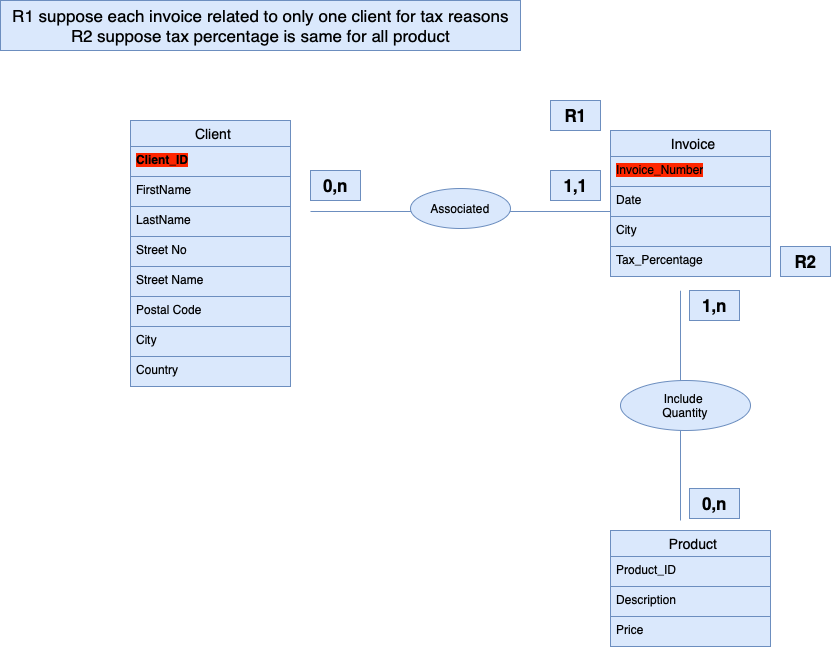
Earlier version of the draw.io export Diagram1.drawio.png (den012/Databases). Source tidied: cells renumbered, new cells last; positions are measured from the earlier drawing's top-left corner, leaving out a move shared by most shapes. The source it was exported from:
```xml
<mxGraphModel>
  <root>
    <mxCell id="0" />
    <mxCell id="1" parent="0" />
    <mxCell id="2" value="Client" style="swimlane;fontStyle=0;horizontal=1;startSize=26;align=center;fontSize=14;strokeColor=#6c8ebf;verticalAlign=middle;spacingLeft=6;fontFamily=Helvetica;fillColor=#dae8fc;" parent="1" vertex="1">
      <mxGeometry x="130" y="120" width="160" height="266" as="geometry" />
    </mxCell>
    <mxCell id="3" value="&lt;b style=&quot;background-color: rgb(255, 38, 0);&quot;&gt;Client_ID&lt;/b&gt;" style="text;strokeColor=#6c8ebf;fillColor=#dae8fc;spacingLeft=4;spacingRight=4;overflow=hidden;fontSize=12;whiteSpace=wrap;html=1;fontFamily=Helvetica;" parent="2" vertex="1">
      <mxGeometry y="26" width="160" height="30" as="geometry" />
    </mxCell>
    <mxCell id="4" value="FirstName" style="text;strokeColor=#6c8ebf;fillColor=#dae8fc;spacingLeft=4;spacingRight=4;overflow=hidden;fontSize=12;whiteSpace=wrap;html=1;fontFamily=Helvetica;" parent="2" vertex="1">
      <mxGeometry y="56" width="160" height="30" as="geometry" />
    </mxCell>
    <mxCell id="5" value="LastName" style="text;strokeColor=#6c8ebf;fillColor=#dae8fc;spacingLeft=4;spacingRight=4;overflow=hidden;fontSize=12;whiteSpace=wrap;html=1;fontFamily=Helvetica;" parent="2" vertex="1">
      <mxGeometry y="86" width="160" height="30" as="geometry" />
    </mxCell>
    <mxCell id="6" value="Street No" style="text;strokeColor=#6c8ebf;fillColor=#dae8fc;spacingLeft=4;spacingRight=4;overflow=hidden;fontSize=12;whiteSpace=wrap;html=1;fontFamily=Helvetica;" parent="2" vertex="1">
      <mxGeometry y="116" width="160" height="30" as="geometry" />
    </mxCell>
    <mxCell id="7" value="Street Name" style="text;strokeColor=#6c8ebf;fillColor=#dae8fc;spacingLeft=4;spacingRight=4;overflow=hidden;fontSize=12;whiteSpace=wrap;html=1;fontFamily=Helvetica;" parent="2" vertex="1">
      <mxGeometry y="146" width="160" height="30" as="geometry" />
    </mxCell>
    <mxCell id="8" value="Postal Code" style="text;strokeColor=#6c8ebf;fillColor=#dae8fc;spacingLeft=4;spacingRight=4;overflow=hidden;fontSize=12;whiteSpace=wrap;html=1;fontFamily=Helvetica;" parent="2" vertex="1">
      <mxGeometry y="176" width="160" height="30" as="geometry" />
    </mxCell>
    <mxCell id="9" value="City" style="text;strokeColor=#6c8ebf;fillColor=#dae8fc;spacingLeft=4;spacingRight=4;overflow=hidden;fontSize=12;whiteSpace=wrap;html=1;fontFamily=Helvetica;" parent="2" vertex="1">
      <mxGeometry y="206" width="160" height="30" as="geometry" />
    </mxCell>
    <mxCell id="10" value="Country" style="text;strokeColor=#6c8ebf;fillColor=#dae8fc;spacingLeft=4;spacingRight=4;overflow=hidden;fontSize=12;whiteSpace=wrap;html=1;fontFamily=Helvetica;" parent="2" vertex="1">
      <mxGeometry y="236" width="160" height="30" as="geometry" />
    </mxCell>
    <mxCell id="11" style="line;strokeWidth=1;dashed=0;labelPosition=right;align=left;verticalAlign=middle;spacingTop=0;spacingLeft=6;strokeColor=#6c8ebf;fontFamily=Helvetica;fontSize=12;fillColor=#dae8fc;" parent="1" vertex="1">
      <mxGeometry x="310" y="206" width="310" height="10" as="geometry" />
    </mxCell>
    <mxCell id="12" value="&lt;font style=&quot;font-size: 17px;&quot;&gt;&lt;b&gt;0,n&lt;/b&gt;&lt;/font&gt;" style="text;html=1;align=center;verticalAlign=middle;strokeColor=#6c8ebf;fillColor=#dae8fc;fontFamily=Helvetica;fontSize=12;" parent="1" vertex="1">
      <mxGeometry x="310" y="170" width="50" height="30" as="geometry" />
    </mxCell>
    <mxCell id="13" value="&lt;font style=&quot;font-size: 17px;&quot;&gt;&lt;b&gt;1,1&lt;/b&gt;&lt;/font&gt;" style="text;html=1;align=center;verticalAlign=middle;strokeColor=#6c8ebf;fillColor=#dae8fc;fontFamily=Helvetica;fontSize=12;" parent="1" vertex="1">
      <mxGeometry x="550" y="170" width="50" height="30" as="geometry" />
    </mxCell>
    <mxCell id="14" value="Invoice" style="swimlane;fontStyle=0;horizontal=1;startSize=26;align=center;fontSize=14;strokeColor=#6c8ebf;verticalAlign=middle;spacingLeft=6;fontFamily=Helvetica;fillColor=#dae8fc;" parent="1" vertex="1">
      <mxGeometry x="610" y="130" width="160" height="146" as="geometry" />
    </mxCell>
    <mxCell id="15" value="&lt;span style=&quot;background-color: rgb(255, 38, 0);&quot;&gt;Invoice_Number&lt;/span&gt;" style="text;strokeColor=#6c8ebf;fillColor=#dae8fc;spacingLeft=4;spacingRight=4;overflow=hidden;fontSize=12;whiteSpace=wrap;html=1;fontFamily=Helvetica;" parent="14" vertex="1">
      <mxGeometry y="26" width="160" height="30" as="geometry" />
    </mxCell>
    <mxCell id="16" value="Date" style="text;strokeColor=#6c8ebf;fillColor=#dae8fc;spacingLeft=4;spacingRight=4;overflow=hidden;fontSize=12;whiteSpace=wrap;html=1;fontFamily=Helvetica;" parent="14" vertex="1">
      <mxGeometry y="56" width="160" height="30" as="geometry" />
    </mxCell>
    <mxCell id="17" value="City" style="text;strokeColor=#6c8ebf;fillColor=#dae8fc;spacingLeft=4;spacingRight=4;overflow=hidden;fontSize=12;whiteSpace=wrap;html=1;fontFamily=Helvetica;" parent="14" vertex="1">
      <mxGeometry y="86" width="160" height="30" as="geometry" />
    </mxCell>
    <mxCell id="18" value="Tax_Percentage" style="text;strokeColor=#6c8ebf;fillColor=#dae8fc;spacingLeft=4;spacingRight=4;overflow=hidden;fontSize=12;whiteSpace=wrap;html=1;fontFamily=Helvetica;" parent="14" vertex="1">
      <mxGeometry y="116" width="160" height="30" as="geometry" />
    </mxCell>
    <mxCell id="19" value="Product" style="swimlane;fontStyle=0;horizontal=1;startSize=26;align=center;fontSize=14;strokeColor=#6c8ebf;verticalAlign=middle;spacingLeft=6;fontFamily=Helvetica;fillColor=#dae8fc;" parent="1" vertex="1">
      <mxGeometry x="610" y="530" width="160" height="116" as="geometry" />
    </mxCell>
    <mxCell id="20" value="Product_ID&lt;div&gt;&lt;br&gt;&lt;/div&gt;" style="text;strokeColor=#6c8ebf;fillColor=#dae8fc;spacingLeft=4;spacingRight=4;overflow=hidden;fontSize=12;whiteSpace=wrap;html=1;fontFamily=Helvetica;" parent="19" vertex="1">
      <mxGeometry y="26" width="160" height="30" as="geometry" />
    </mxCell>
    <mxCell id="21" value="Description" style="text;strokeColor=#6c8ebf;fillColor=#dae8fc;spacingLeft=4;spacingRight=4;overflow=hidden;fontSize=12;whiteSpace=wrap;html=1;fontFamily=Helvetica;" parent="19" vertex="1">
      <mxGeometry y="56" width="160" height="30" as="geometry" />
    </mxCell>
    <mxCell id="22" value="Price" style="text;strokeColor=#6c8ebf;fillColor=#dae8fc;spacingLeft=4;spacingRight=4;overflow=hidden;fontSize=12;whiteSpace=wrap;html=1;fontFamily=Helvetica;" parent="19" vertex="1">
      <mxGeometry y="86" width="160" height="30" as="geometry" />
    </mxCell>
    <mxCell id="23" value="&lt;span style=&quot;font-size: 17px;&quot;&gt;&lt;b&gt;0,n&lt;/b&gt;&lt;/span&gt;" style="text;html=1;align=center;verticalAlign=middle;strokeColor=#6c8ebf;fillColor=#dae8fc;fontFamily=Helvetica;fontSize=12;" parent="1" vertex="1">
      <mxGeometry x="689" y="488" width="50" height="30" as="geometry" />
    </mxCell>
    <mxCell id="24" value="&lt;span style=&quot;font-size: 17px;&quot;&gt;&lt;b&gt;1,n&lt;/b&gt;&lt;/span&gt;" style="text;html=1;align=center;verticalAlign=middle;strokeColor=#6c8ebf;fillColor=#dae8fc;fontFamily=Helvetica;fontSize=12;" parent="1" vertex="1">
      <mxGeometry x="689" y="290" width="50" height="30" as="geometry" />
    </mxCell>
    <mxCell id="25" value="Associated" style="ellipse;whiteSpace=wrap;html=1;align=center;fillColor=#dae8fc;strokeColor=#6c8ebf;" parent="1" vertex="1">
      <mxGeometry x="410" y="188" width="100" height="40" as="geometry" />
    </mxCell>
    <mxCell id="26" style="endArrow=none;html=1;rounded=0;edgeStyle=orthogonalEdgeStyle;curved=1;fillColor=#dae8fc;strokeColor=#6c8ebf;" parent="1" edge="1">
      <mxGeometry relative="1" as="geometry">
        <mxPoint x="680" y="290" as="sourcePoint" />
        <mxPoint x="680" y="520" as="targetPoint" />
      </mxGeometry>
    </mxCell>
    <mxCell id="27" value="Include&amp;nbsp;&lt;div&gt;Quantity&lt;/div&gt;" style="ellipse;whiteSpace=wrap;html=1;align=center;fillColor=#dae8fc;strokeColor=#6c8ebf;" parent="1" vertex="1">
      <mxGeometry x="620" y="380" width="130" height="50" as="geometry" />
    </mxCell>
    <mxCell id="28" value="&lt;b&gt;&lt;font style=&quot;font-size: 17px;&quot;&gt;R1&lt;/font&gt;&lt;/b&gt;" style="text;html=1;align=center;verticalAlign=middle;strokeColor=#6c8ebf;fillColor=#dae8fc;" parent="1" vertex="1">
      <mxGeometry x="550" y="100" width="50" height="30" as="geometry" />
    </mxCell>
    <mxCell id="29" value="&lt;b&gt;&lt;font style=&quot;font-size: 17px;&quot;&gt;R2&lt;/font&gt;&lt;/b&gt;" style="text;html=1;align=center;verticalAlign=middle;strokeColor=#6c8ebf;fillColor=#dae8fc;" parent="1" vertex="1">
      <mxGeometry x="780" y="246" width="50" height="30" as="geometry" />
    </mxCell>
    <mxCell id="30" value="&lt;font style=&quot;font-size: 17px;&quot;&gt;R1 suppose each invoice related to only one client for tax reasons&lt;/font&gt;&lt;div style=&quot;font-size: 17px;&quot;&gt;&lt;font style=&quot;font-size: 17px;&quot;&gt;R2 suppose tax percentage is same for all product&lt;/font&gt;&lt;/div&gt;" style="text;html=1;align=center;verticalAlign=middle;strokeColor=#6c8ebf;fillColor=#dae8fc;" parent="1" vertex="1">
      <mxGeometry width="520" height="50" as="geometry" />
    </mxCell>
  </root>
</mxGraphModel>
```
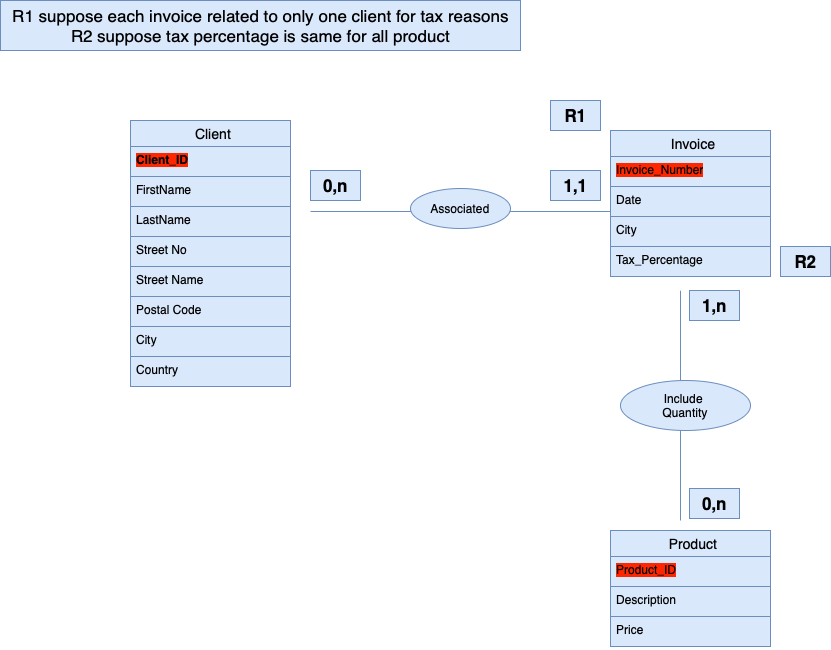
The same diagram one commit later.

What changed in the source:
```diff
@@ -56,7 +56,7 @@
     <mxCell id="19" value="Product" style="swimlane;fontStyle=0;horizontal=1;startSize=26;align=center;fontSize=14;strokeColor=#6c8ebf;verticalAlign=middle;spacingLeft=6;fontFamily=Helvetica;fillColor=#dae8fc;" parent="1" vertex="1">
       <mxGeometry x="610" y="530" width="160" height="116" as="geometry" />
     </mxCell>
-    <mxCell id="20" value="Product_ID&lt;div&gt;&lt;br&gt;&lt;/div&gt;" style="text;strokeColor=#6c8ebf;fillColor=#dae8fc;spacingLeft=4;spacingRight=4;overflow=hidden;fontSize=12;whiteSpace=wrap;html=1;fontFamily=Helvetica;" parent="19" vertex="1">
+    <mxCell id="20" value="&lt;span style=&quot;background-color: rgb(255, 38, 0);&quot;&gt;Product_ID&lt;/span&gt;&lt;div&gt;&lt;br&gt;&lt;/div&gt;" style="text;strokeColor=#6c8ebf;fillColor=#dae8fc;spacingLeft=4;spacingRight=4;overflow=hidden;fontSize=12;whiteSpace=wrap;html=1;fontFamily=Helvetica;" parent="19" vertex="1">
       <mxGeometry y="26" width="160" height="30" as="geometry" />
     </mxCell>
     <mxCell id="21" value="Description" style="text;strokeColor=#6c8ebf;fillColor=#dae8fc;spacingLeft=4;spacingRight=4;overflow=hidden;fontSize=12;whiteSpace=wrap;html=1;fontFamily=Helvetica;" parent="19" vertex="1">
```
